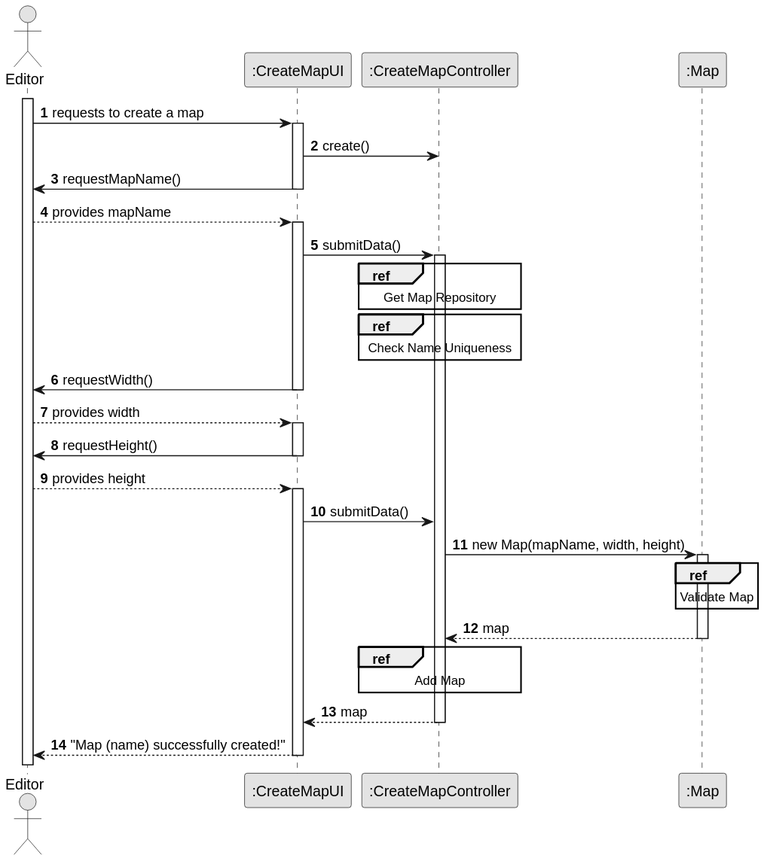
ivasduarte/all-aboard keeps this PlantUML diagram as docs/sprint3/us001/03.design/svg/us001-sd-split.svg. Above is the earlier version.
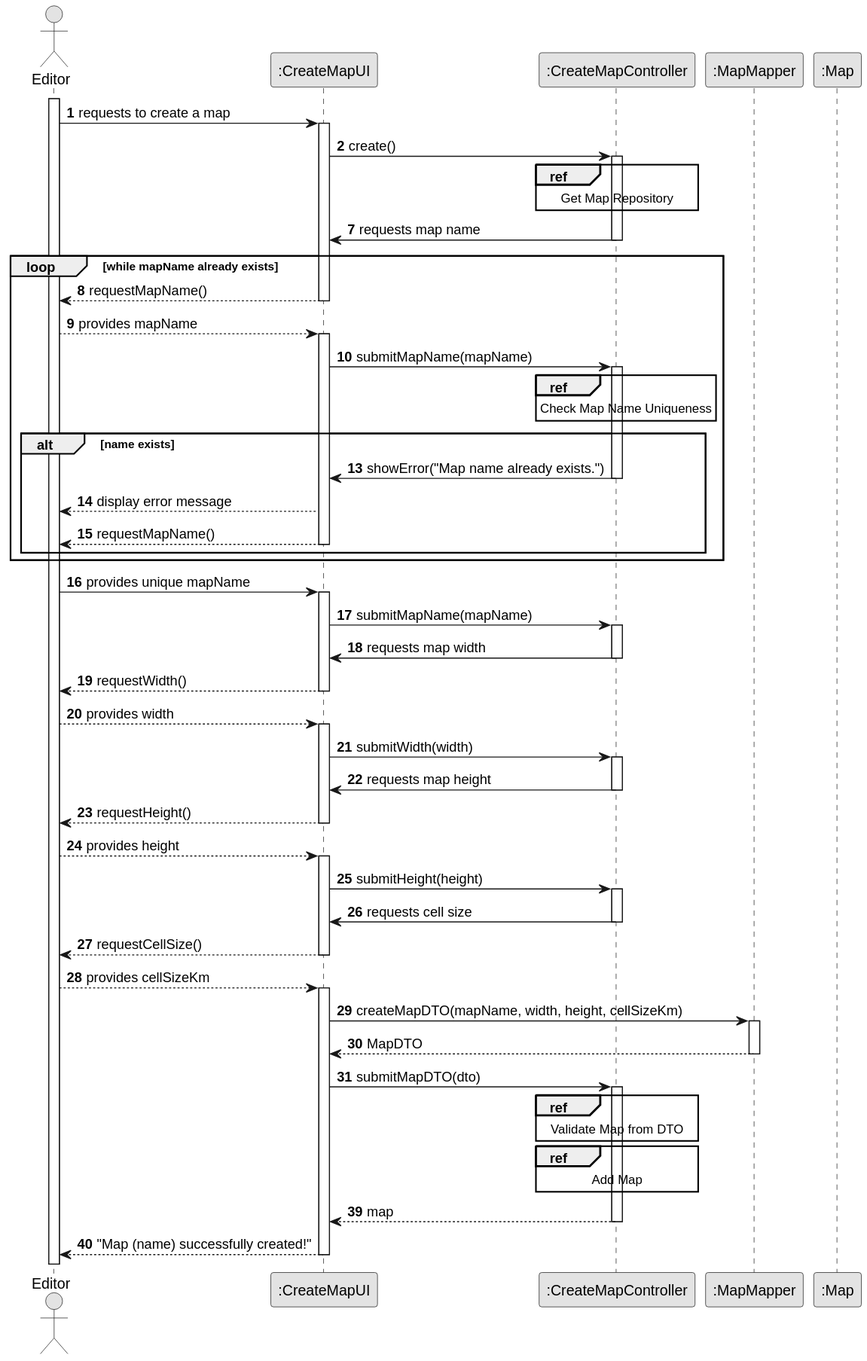
Above is the later version.

Change to the diagram source:
```diff
@@ -3,66 +3,111 @@
 skinparam packageStyle rectangle
 skinparam shadowing false
 
-autonumber
+autonumber 1
 
 actor Editor
 
 participant ":CreateMapUI" as UI
 participant ":CreateMapController" as ctrl
+participant ":MapMapper" as mapper
 participant ":Map" as Map
 
 activate Editor
 Editor -> UI : requests to create a map
 
-
 activate UI
 UI -> ctrl : create()
+activate ctrl
 
-UI -> Editor : requestMapName()
-deactivate UI
+ref over ctrl
+    Get Map Repository
+end
 
-Editor --> UI : provides mapName
+autonumber 7
+ctrl -> UI : requests map name
+deactivate ctrl
+
+loop while mapName already exists
+    UI --> Editor: requestMapName()
+    deactivate UI
+
+    Editor --> UI : provides mapName
+    activate UI
+
+    UI -> ctrl : submitMapName(mapName)
+    activate ctrl
+
+    ref over ctrl
+        Check Map Name Uniqueness
+    end
+
+    alt name exists
+    autonumber 13
+        ctrl -> UI : showError("Map name already exists.")
+        deactivate ctrl
+
+        UI --> Editor: display error message
+        UI --> Editor: requestMapName()
+        deactivate UI
+    end
+end
+
+Editor -> UI : provides unique mapName
 activate UI
 
-UI -> ctrl : submitData()
+UI -> ctrl : submitMapName(mapName)
 activate ctrl
 
-    ref over ctrl
-        Get Map Repository
-    end
+ctrl -> UI : requests map width
+deactivate ctrl
 
-    ref over ctrl
-        Check Name Uniqueness
-    end
-
-
-UI -> Editor : requestWidth()
+UI --> Editor: requestWidth()
 deactivate UI
 
 Editor --> UI : provides width
 activate UI
 
-UI -> Editor : requestHeight()
+UI -> ctrl : submitWidth(width)
+activate ctrl
+
+ctrl -> UI : requests map height
+deactivate ctrl
+
+UI --> Editor: requestHeight()
 deactivate UI
 
 Editor --> UI : provides height
 activate UI
 
-UI -> ctrl : submitData()
-ctrl -> Map : new Map(mapName, width, height)
-activate Map
+UI -> ctrl : submitHeight(height)
+activate ctrl
 
-    ref over Map
-        Validate Map
-    end
+ctrl -> UI : requests cell size
+deactivate ctrl
 
-Map --> ctrl : map
-deactivate Map
+UI --> Editor: requestCellSize()
+deactivate UI
 
-    ref over ctrl
-        Add Map
-    end
+Editor --> UI: provides cellSizeKm
+activate UI
 
+UI -> mapper : createMapDTO(mapName, width, height, cellSizeKm)
+activate mapper
+mapper --> UI : MapDTO
+deactivate mapper
+
+UI -> ctrl : submitMapDTO(dto)
+activate ctrl
+
+ref over ctrl
+    Validate Map from DTO
+end
+
+ref over ctrl
+    Add Map
+end
+
+autonumber 39
 ctrl --> UI : map
 deactivate ctrl
 
```
